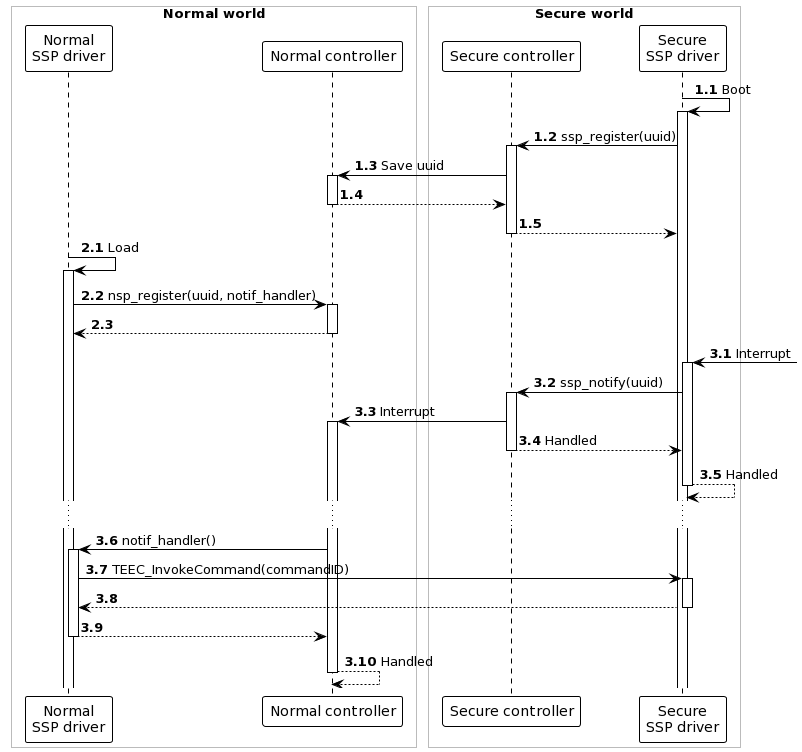
Above: design/figures/ssp-seq.png in Distrinet-TACOS/documentation (PlantUML), before the change.
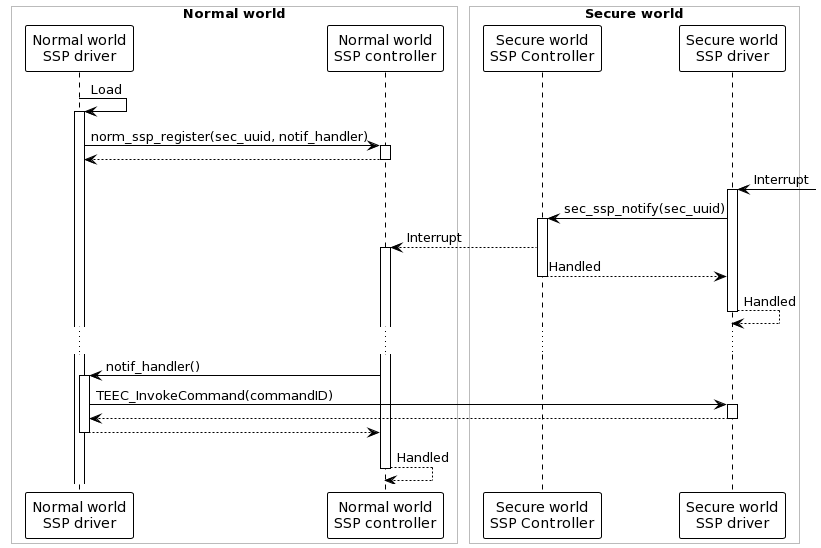
After the commit.

What changed in the source:
```diff
@@ -1,33 +1,24 @@
 @startuml
 !theme plain
-autonumber 1.1
 
 skinparam SequenceBoxBorderColor #bbbbbb
 
 box "Normal world"
-participant "Normal\nSSP driver" as nsd
-participant "Normal controller" as normcont
+participant "Normal world\nSSP driver" as nsd
+participant "Normal world\nSSP controller" as normcont
 end box
 box "Secure world"
-participant "Secure controller" as seccont
-participant "Secure\nSSP driver" as ssd
+participant "Secure world\nSSP Controller" as seccont
+participant "Secure world\nSSP driver" as ssd
 end box
 
-ssd -> ssd ++: Boot
-    ssd -> seccont ++: ssp_register(uuid)
-        seccont -> normcont ++: Save uuid
-            return
+nsd -> nsd ++: Load
+    nsd -> normcont ++: norm_ssp_register(sec_uuid, notif_handler)
         return
 
-autonumber inc A
-nsd -> nsd ++: Load
-    nsd -> normcont ++: nsp_register(uuid, notif_handler)
-        return
-
-autonumber inc A
 ssd <- ++: Interrupt
-    ssd -> seccont ++: ssp_notify(uuid)
-        seccont -> normcont ++: Interrupt
+    ssd -> seccont ++: sec_ssp_notify(sec_uuid)
+        seccont --> normcont ++: Interrupt
             seccont --> ssd --: Handled
         ssd --> ssd --: Handled
 
```
